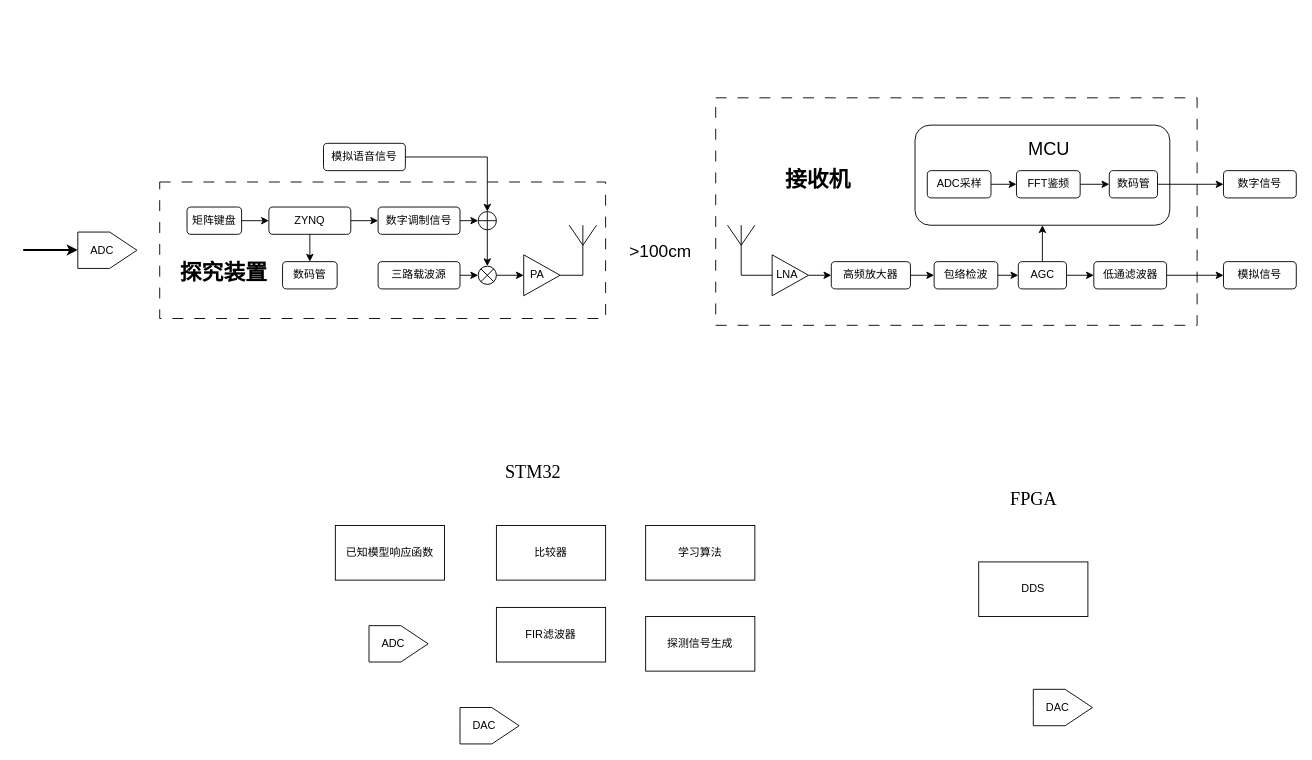
zeandon/draw.io keeps this draw.io diagram as 25G系统框图.drawio. Above is the earlier version. Source tidied: cells renumbered, new cells numbered last; positions are measured from the earlier drawing's top-left corner, leaving out a move shared by most shapes. Both pictures are drawn from the tidied source at 91%, with x=0, y=0 at pixel (23, 97).
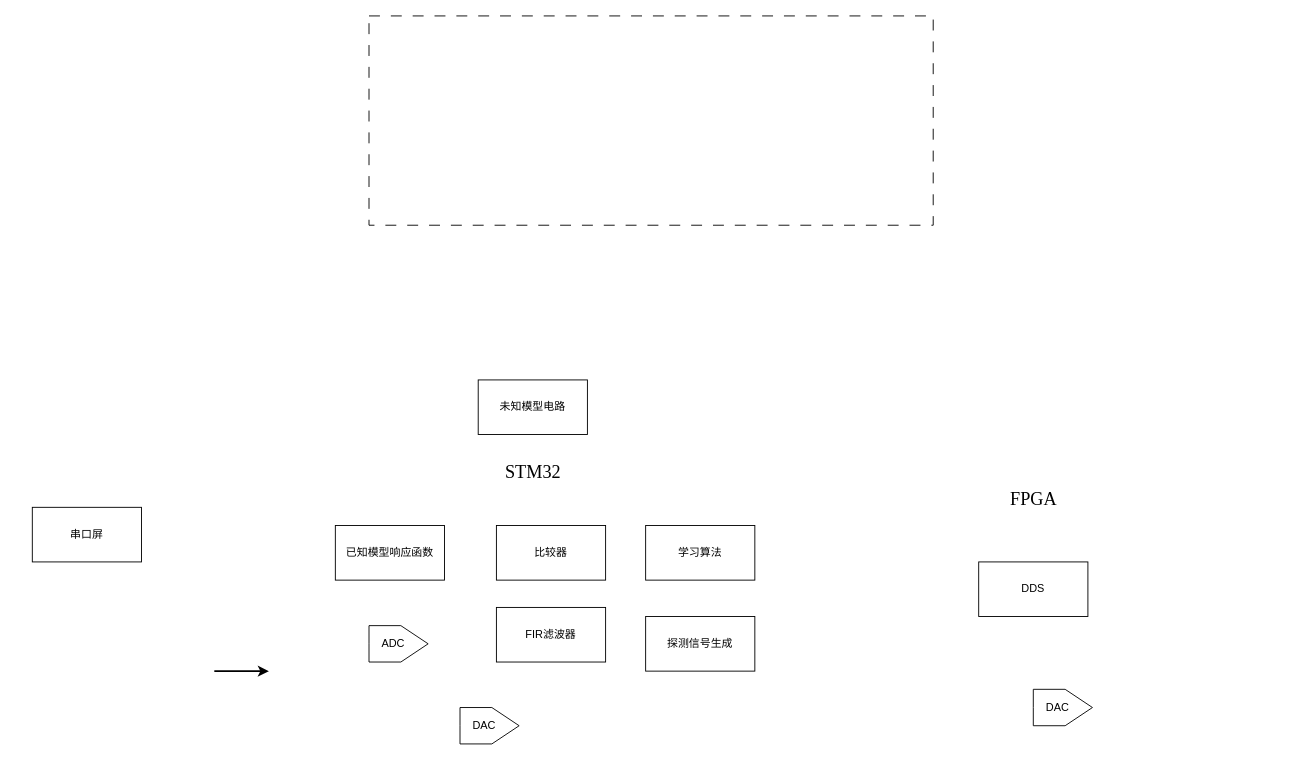
Above is the later version.

Commit message (it also covers changes not shown here):
更新25G系统框图.drawio

The edit, as a diff of the source:
```diff
@@
-    <mxCell id="2" style="rounded=0;whiteSpace=wrap;html=1;dashed=1;dashPattern=12 12;" parent="1" vertex="1">
-      <mxGeometry x="761" width="529" height="250" as="geometry" />
-    </mxCell>
-    <mxCell id="3" style="rounded=0;whiteSpace=wrap;html=1;dashed=1;dashPattern=12 12;" parent="1" vertex="1">
-      <mxGeometry x="150" y="92.5" width="490" height="150" as="geometry" />
-    </mxCell>
-    <mxCell id="4" value="模拟语音信号" style="rounded=1;whiteSpace=wrap;html=1;" parent="1" vertex="1">
-      <mxGeometry x="330" y="50" width="90" height="30" as="geometry" />
-    </mxCell>
-    <mxCell id="5" value="矩阵键盘" style="rounded=1;whiteSpace=wrap;html=1;" parent="1" vertex="1">
-      <mxGeometry x="180" y="120" width="60" height="30" as="geometry" />
-    </mxCell>
-    <mxCell id="6" value="ZYNQ" style="rounded=1;whiteSpace=wrap;html=1;" parent="1" vertex="1">
-      <mxGeometry x="270" y="120" width="90" height="30" as="geometry" />
-    </mxCell>
-    <mxCell id="7" value="数码管" style="rounded=1;whiteSpace=wrap;html=1;" parent="1" vertex="1">
-      <mxGeometry x="285" y="180" width="60" height="30" as="geometry" />
-    </mxCell>
-    <mxCell id="8" value="数字调制信号" style="rounded=1;whiteSpace=wrap;html=1;" parent="1" vertex="1">
-      <mxGeometry x="390" y="120" width="90" height="30" as="geometry" />
-    </mxCell>
-    <mxCell id="9" value="三路载波源" style="rounded=1;whiteSpace=wrap;html=1;" parent="1" vertex="1">
-      <mxGeometry x="390" y="180" width="90" height="30" as="geometry" />
-    </mxCell>
-    <mxCell id="10" style="verticalLabelPosition=bottom;verticalAlign=top;html=1;shape=mxgraph.flowchart.summing_function;" parent="1" vertex="1">
-      <mxGeometry x="500" y="125" width="20" height="20" as="geometry" />
-    </mxCell>
-    <mxCell id="11" style="verticalLabelPosition=bottom;verticalAlign=top;html=1;shape=mxgraph.flowchart.summing_function;rotation=45;" parent="1" vertex="1">
-      <mxGeometry x="500" y="185" width="20" height="20" as="geometry" />
-    </mxCell>
-    <mxCell id="12" style="endArrow=classic;html=1;rounded=0;entryX=0.5;entryY=0;entryDx=0;entryDy=0;entryPerimeter=0;exitX=1;exitY=0.5;exitDx=0;exitDy=0;" parent="1" edge="1" source="4" target="10">
-      <mxGeometry relative="1" as="geometry">
-        <Array as="points">
-          <mxPoint x="510" y="65" />
-        </Array>
-      </mxGeometry>
-    </mxCell>
-    <mxCell id="13" style="endArrow=classic;html=1;rounded=0;entryX=0;entryY=0.5;entryDx=0;entryDy=0;entryPerimeter=0;exitX=1;exitY=0.5;exitDx=0;exitDy=0;" parent="1" edge="1" source="8" target="10">
-      <mxGeometry relative="1" as="geometry" />
-    </mxCell>
-    <mxCell id="14" style="endArrow=classic;html=1;rounded=0;entryX=0;entryY=0.5;entryDx=0;entryDy=0;exitX=1;exitY=0.5;exitDx=0;exitDy=0;" parent="1" edge="1" source="6" target="8">
-      <mxGeometry relative="1" as="geometry" />
-    </mxCell>
-    <mxCell id="15" style="endArrow=classic;html=1;rounded=0;entryX=0;entryY=0.5;entryDx=0;entryDy=0;exitX=1;exitY=0.5;exitDx=0;exitDy=0;" parent="1" edge="1" source="5" target="6">
-      <mxGeometry relative="1" as="geometry" />
-    </mxCell>
-    <mxCell id="16" style="endArrow=classic;html=1;rounded=0;entryX=0.5;entryY=0;entryDx=0;entryDy=0;exitX=0.5;exitY=1;exitDx=0;exitDy=0;" parent="1" edge="1" source="6" target="7">
-      <mxGeometry relative="1" as="geometry" />
-    </mxCell>
-    <mxCell id="17" style="endArrow=classic;html=1;rounded=0;entryX=0.145;entryY=0.855;entryDx=0;entryDy=0;exitX=1;exitY=0.5;exitDx=0;exitDy=0;entryPerimeter=0;" parent="1" edge="1" source="9" target="11">
-      <mxGeometry relative="1" as="geometry" />
-    </mxCell>
-    <mxCell id="18" style="endArrow=classic;html=1;rounded=0;entryX=0.145;entryY=0.145;entryDx=0;entryDy=0;exitX=0.5;exitY=1;exitDx=0;exitDy=0;exitPerimeter=0;entryPerimeter=0;" parent="1" edge="1" source="10" target="11">
-      <mxGeometry relative="1" as="geometry" />
-    </mxCell>
-    <mxCell id="19" value="PA&amp;nbsp; &amp;nbsp;" style="triangle;whiteSpace=wrap;html=1;" parent="1" vertex="1">
-      <mxGeometry x="550" y="172.5" width="40" height="45" as="geometry" />
-    </mxCell>
-    <mxCell id="20" style="endArrow=classic;html=1;rounded=0;entryX=0;entryY=0.5;entryDx=0;entryDy=0;exitX=0.855;exitY=0.145;exitDx=0;exitDy=0;exitPerimeter=0;" parent="1" edge="1" source="11" target="19">
-      <mxGeometry relative="1" as="geometry" />
-    </mxCell>
-    <mxCell id="21" style="verticalLabelPosition=bottom;shadow=0;dashed=0;align=center;html=1;verticalAlign=top;shape=mxgraph.electrical.radio.aerial_-_antenna_1;" parent="1" vertex="1">
-      <mxGeometry x="600" y="140" width="30" height="55" as="geometry" />
-    </mxCell>
-    <mxCell id="22" style="endArrow=none;html=1;rounded=0;exitX=1;exitY=0.5;exitDx=0;exitDy=0;entryX=0.5;entryY=1;entryDx=0;entryDy=0;entryPerimeter=0;" parent="1" edge="1" source="19" target="21">
-      <mxGeometry relative="1" as="geometry" />
-    </mxCell>
-    <mxCell id="23" value="探究装置" style="text;strokeColor=none;fillColor=none;html=1;fontSize=24;fontStyle=1;verticalAlign=middle;align=center;" parent="1" vertex="1">
-      <mxGeometry x="170" y="172.5" width="100" height="40" as="geometry" />
-    </mxCell>
-    <mxCell id="24" style="verticalLabelPosition=bottom;shadow=0;dashed=0;align=center;html=1;verticalAlign=top;shape=mxgraph.electrical.radio.aerial_-_antenna_1;" parent="1" vertex="1">
-      <mxGeometry x="774" y="140" width="30" height="55" as="geometry" />
-    </mxCell>
-    <mxCell id="25" value="&amp;gt;100cm" style="text;strokeColor=none;fillColor=none;html=1;fontSize=19;fontStyle=0;verticalAlign=middle;align=center;" parent="1" vertex="1">
-      <mxGeometry x="650" y="148.5" width="100" height="40" as="geometry" />
-    </mxCell>
-    <mxCell id="26" value="LNA&amp;nbsp;&amp;nbsp;" style="triangle;whiteSpace=wrap;html=1;" parent="1" vertex="1">
-      <mxGeometry x="823" y="172.5" width="40" height="45" as="geometry" />
-    </mxCell>
-    <mxCell id="27" style="endArrow=none;html=1;rounded=0;exitX=0.5;exitY=1;exitDx=0;exitDy=0;entryX=0;entryY=0.5;entryDx=0;entryDy=0;exitPerimeter=0;" parent="1" edge="1" source="24" target="26">
-      <mxGeometry relative="1" as="geometry" />
-    </mxCell>
-    <mxCell id="28" value="高频放大器" style="rounded=1;whiteSpace=wrap;html=1;" parent="1" vertex="1">
-      <mxGeometry x="888" y="180" width="87" height="30" as="geometry" />
-    </mxCell>
-    <mxCell id="29" style="endArrow=classic;html=1;rounded=0;entryX=0;entryY=0.5;entryDx=0;entryDy=0;exitX=1;exitY=0.5;exitDx=0;exitDy=0;" parent="1" edge="1" source="26" target="28">
-      <mxGeometry relative="1" as="geometry" />
-    </mxCell>
-    <mxCell id="30" value="包络检波" style="rounded=1;whiteSpace=wrap;html=1;" parent="1" vertex="1">
-      <mxGeometry x="1001" y="180" width="70" height="30" as="geometry" />
-    </mxCell>
-    <mxCell id="31" value="AGC" style="rounded=1;whiteSpace=wrap;html=1;" parent="1" vertex="1">
-      <mxGeometry x="1093.5" y="180" width="53" height="30" as="geometry" />
-    </mxCell>
-    <mxCell id="32" value="低通滤波器" style="rounded=1;whiteSpace=wrap;html=1;" parent="1" vertex="1">
-      <mxGeometry x="1176.5" y="180" width="80" height="30" as="geometry" />
-    </mxCell>
-    <mxCell id="33" style="endArrow=classic;html=1;rounded=0;entryX=0;entryY=0.5;entryDx=0;entryDy=0;exitX=1;exitY=0.5;exitDx=0;exitDy=0;" parent="1" edge="1" source="28" target="30">
-      <mxGeometry relative="1" as="geometry" />
-    </mxCell>
-    <mxCell id="34" style="endArrow=classic;html=1;rounded=0;entryX=0;entryY=0.5;entryDx=0;entryDy=0;exitX=1;exitY=0.5;exitDx=0;exitDy=0;" parent="1" edge="1" source="30" target="31">
-      <mxGeometry relative="1" as="geometry" />
-    </mxCell>
-    <mxCell id="35" style="endArrow=classic;html=1;rounded=0;entryX=0;entryY=0.5;entryDx=0;entryDy=0;exitX=1;exitY=0.5;exitDx=0;exitDy=0;" parent="1" edge="1" source="31" target="32">
-      <mxGeometry relative="1" as="geometry" />
-    </mxCell>
-    <mxCell id="36" style="rounded=1;whiteSpace=wrap;html=1;" parent="1" vertex="1">
-      <mxGeometry x="980" y="30" width="280" height="110" as="geometry" />
-    </mxCell>
-    <mxCell id="37" value="ADC采样" style="rounded=1;whiteSpace=wrap;html=1;" parent="1" vertex="1">
-      <mxGeometry x="993.5" y="80" width="70" height="30" as="geometry" />
-    </mxCell>
-    <mxCell id="38" value="FFT鉴频" style="rounded=1;whiteSpace=wrap;html=1;" parent="1" vertex="1">
-      <mxGeometry x="1091.5" y="80" width="70" height="30" as="geometry" />
-    </mxCell>
-    <mxCell id="39" value="数码管" style="rounded=1;whiteSpace=wrap;html=1;" parent="1" vertex="1">
-      <mxGeometry x="1193.5" y="80" width="53" height="30" as="geometry" />
-    </mxCell>
-    <mxCell id="40" style="endArrow=classic;html=1;rounded=0;entryX=0;entryY=0.5;entryDx=0;entryDy=0;exitX=1;exitY=0.5;exitDx=0;exitDy=0;" parent="1" edge="1" source="37" target="38">
-      <mxGeometry relative="1" as="geometry" />
-    </mxCell>
-    <mxCell id="41" style="endArrow=classic;html=1;rounded=0;entryX=0;entryY=0.5;entryDx=0;entryDy=0;exitX=1;exitY=0.5;exitDx=0;exitDy=0;" parent="1" edge="1" source="38" target="39">
-      <mxGeometry relative="1" as="geometry" />
-    </mxCell>
-    <mxCell id="42" style="endArrow=classic;html=1;rounded=0;exitX=1;exitY=0.5;exitDx=0;exitDy=0;entryX=0;entryY=0.5;entryDx=0;entryDy=0;" parent="1" edge="1" source="39" target="45">
-      <mxGeometry relative="1" as="geometry" />
-    </mxCell>
-    <mxCell id="43" style="endArrow=classic;html=1;rounded=0;exitX=1;exitY=0.5;exitDx=0;exitDy=0;entryX=0;entryY=0.5;entryDx=0;entryDy=0;" parent="1" edge="1" source="32" target="44">
-      <mxGeometry relative="1" as="geometry" />
-    </mxCell>
-    <mxCell id="44" value="模拟信号" style="rounded=1;whiteSpace=wrap;html=1;" parent="1" vertex="1">
-      <mxGeometry x="1319" y="180" width="80" height="30" as="geometry" />
-    </mxCell>
-    <mxCell id="45" value="数字信号" style="rounded=1;whiteSpace=wrap;html=1;" parent="1" vertex="1">
-      <mxGeometry x="1319" y="80" width="80" height="30" as="geometry" />
-    </mxCell>
-    <mxCell id="46" value="接收机" style="text;strokeColor=none;fillColor=none;html=1;fontSize=24;fontStyle=1;verticalAlign=middle;align=center;" parent="1" vertex="1">
-      <mxGeometry x="823" y="70" width="100" height="40" as="geometry" />
-    </mxCell>
-    <mxCell id="47" value="MCU" style="text;strokeColor=none;fillColor=none;html=1;fontSize=20;fontStyle=0;verticalAlign=middle;align=center;" parent="1" vertex="1">
-      <mxGeometry x="1076.5" y="35" width="100" height="40" as="geometry" />
-    </mxCell>
-    <mxCell id="48" style="endArrow=classic;html=1;rounded=0;entryX=0.5;entryY=1;entryDx=0;entryDy=0;exitX=0.5;exitY=0;exitDx=0;exitDy=0;" parent="1" edge="1" source="31" target="36">
-      <mxGeometry relative="1" as="geometry" />
-    </mxCell>
-    <mxCell id="49" value="ADC&amp;nbsp; &amp;nbsp;&amp;nbsp;" style="html=1;shadow=0;dashed=0;align=center;verticalAlign=middle;shape=mxgraph.arrows2.arrow;dy=0;dx=30;notch=0;" parent="1" vertex="1">
-      <mxGeometry x="60" y="147.5" width="65" height="40" as="geometry" />
-    </mxCell>
+    <mxCell id="62" style="rounded=0;whiteSpace=wrap;html=1;dashed=1;dashPattern=12 12;" parent="1" vertex="1">
+      <mxGeometry x="380" y="-90" width="620" height="230" as="geometry" />
+    </mxCell>
     <mxCell id="50" style="endArrow=classic;html=1;rounded=0;strokeWidth=2;" parent="1" edge="1">
       <mxGeometry relative="1" as="geometry">
-        <mxPoint y="167.2" as="sourcePoint" />
-        <mxPoint x="60" y="167.2" as="targetPoint" />
+        <mxPoint x="210" y="630" as="sourcePoint" />
+        <mxPoint x="270" y="630" as="targetPoint" />
       </mxGeometry>
     </mxCell>
@@
+    <mxCell id="63" value="串口屏" style="rounded=0;whiteSpace=wrap;html=1;" parent="1" vertex="1">
+      <mxGeometry x="10" y="450" width="120" height="60" as="geometry" />
+    </mxCell>
+    <mxCell id="64" value="未知模型电路" style="rounded=0;whiteSpace=wrap;html=1;" parent="1" vertex="1">
+      <mxGeometry x="500" y="310" width="120" height="60" as="geometry" />
+    </mxCell>
```
